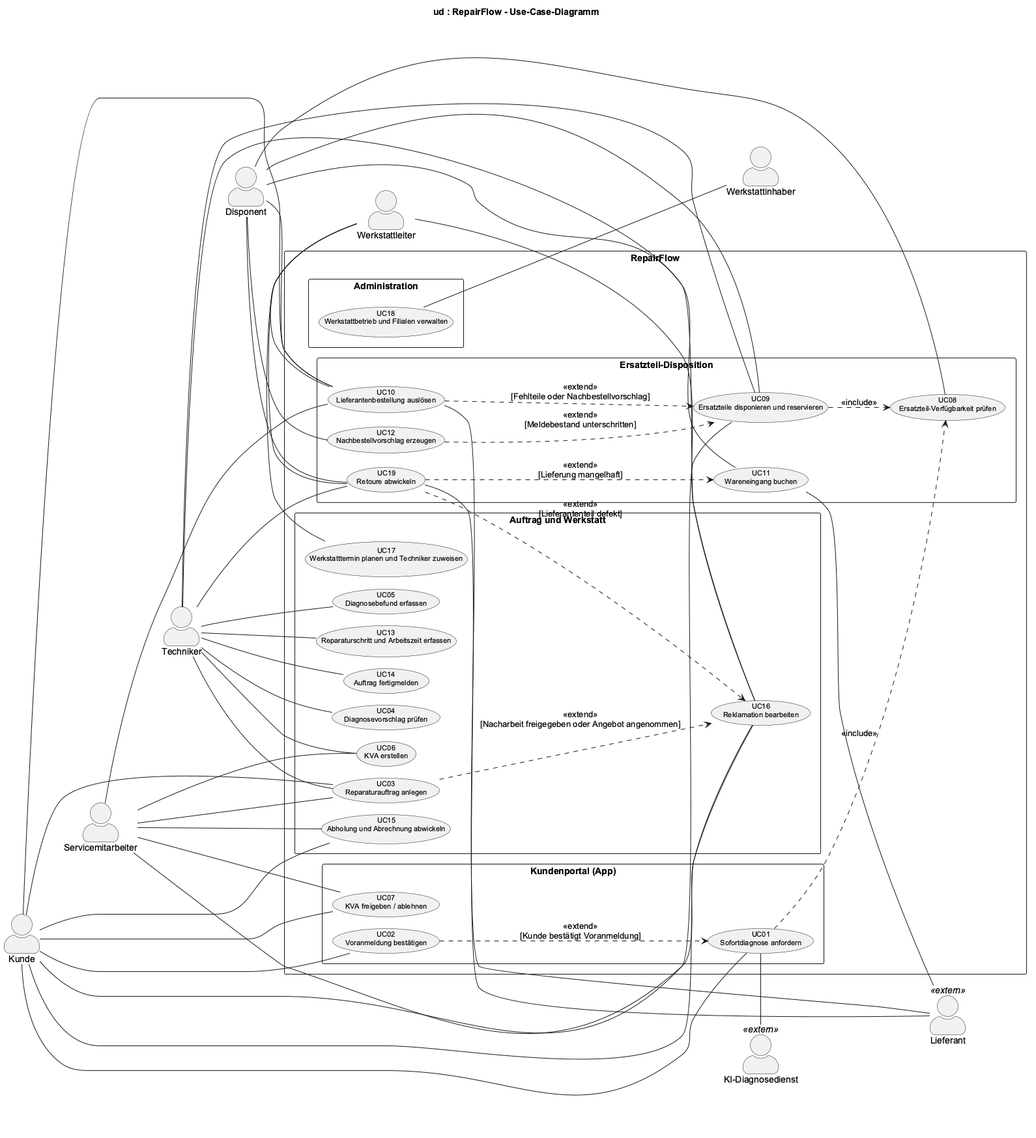
Earlier version of the PlantUML export uml/usecase.png (jakobschwan123-cmd/casestudy-semester-3). Source of this version:
```plantuml
@startuml
!pragma layout smetana
left to right direction
skinparam packageStyle rectangle
skinparam defaultFontName Arial
skinparam usecaseFontSize 11
skinparam actorStyle awesome
skinparam nodesep 12
skinparam ranksep 60
title ud : RepairFlow - Use-Case-Diagramm

actor "Kunde" as Kunde
actor "Techniker" as Techniker
actor "Servicemitarbeiter" as Servicemitarbeiter
actor "Disponent" as Disponent
actor "Werkstattleiter" as Werkstattleiter
actor "Werkstattinhaber" as Werkstattinhaber

rectangle "RepairFlow" {
  rectangle "Kundenportal (App)" {
    usecase "UC01\nSofortdiagnose anfordern" as UC01
    usecase "UC02\nVoranmeldung bestätigen" as UC02
    usecase "UC07\nKVA freigeben / ablehnen" as UC07
  }
  rectangle "Auftrag und Werkstatt" {
    usecase "UC03\nReparaturauftrag anlegen" as UC03
    usecase "UC17\nWerkstatttermin planen und Techniker zuweisen" as UC17
    usecase "UC04\nDiagnosevorschlag prüfen" as UC04
    usecase "UC05\nDiagnosebefund erfassen" as UC05
    usecase "UC06\nKVA erstellen" as UC06
    usecase "UC13\nReparaturschritt und Arbeitszeit erfassen" as UC13
    usecase "UC14\nAuftrag fertigmelden" as UC14
    usecase "UC15\nAbholung und Abrechnung abwickeln" as UC15
    usecase "UC16\nReklamation bearbeiten" as UC16
  }
  rectangle "Ersatzteil-Disposition" {
    usecase "UC08\nErsatzteil-Verfügbarkeit prüfen" as UC08
    usecase "UC09\nErsatzteile disponieren und reservieren" as UC09
    usecase "UC10\nLieferantenbestellung auslösen" as UC10
    usecase "UC11\nWareneingang buchen" as UC11
    usecase "UC12\nNachbestellvorschlag erzeugen" as UC12
    usecase "UC19\nRetoure abwickeln" as UC19
  }
  rectangle "Administration" {
    usecase "UC18\nWerkstattbetrieb und Filialen verwalten" as UC18
  }
}

actor "Lieferant" as Lieferant <<extern>>
actor "KI-Diagnosedienst" as KIDienst <<extern>>

Kunde -right- UC01
Kunde -right- UC02
Kunde -right- UC03
Kunde -right- UC07
Kunde -right- UC09
Kunde -right- UC10
Kunde -right- UC15
Kunde -right- UC16
Techniker -right- UC03
Techniker -right- UC04
Techniker -right- UC05
Techniker -right- UC06
Techniker -right- UC09
Techniker -right- UC13
Techniker -right- UC14
Techniker -right- UC16
Techniker -right- UC19
Servicemitarbeiter -right- UC03
Servicemitarbeiter -right- UC06
Servicemitarbeiter -right- UC07
Servicemitarbeiter -right- UC10
Servicemitarbeiter -right- UC15
Servicemitarbeiter -right- UC16
Disponent -right- UC08
Disponent -right- UC09
Disponent -right- UC10
Disponent -right- UC11
Disponent -right- UC12
Disponent -right- UC19
Werkstattleiter -right- UC10
Werkstattleiter -right- UC16
Werkstattleiter -right- UC17
Werkstattleiter -right- UC19
Werkstattinhaber -right- UC18
UC10 -right- Lieferant
UC11 -right- Lieferant
UC19 -right- Lieferant
UC01 -right- KIDienst
Kunde -[hidden]down- Servicemitarbeiter
Servicemitarbeiter -[hidden]down- Techniker
Techniker -[hidden]down- Disponent
Disponent -[hidden]down- Werkstattleiter
Werkstattleiter -[hidden]down- Werkstattinhaber
KIDienst -[hidden]down- Lieferant

UC01 ..> UC08 : <<include>>
UC09 ..> UC08 : <<include>>
UC02 ..> UC01 : <<extend>>\n[Kunde bestätigt Voranmeldung]
UC10 ..> UC09 : <<extend>>\n[Fehlteile oder Nachbestellvorschlag]
UC12 ..> UC09 : <<extend>>\n[Meldebestand unterschritten]
UC03 ..> UC16 : <<extend>>\n[Nacharbeit freigegeben oder Angebot angenommen]
UC19 ..> UC11 : <<extend>>\n[Lieferung mangelhaft]
UC19 ..> UC16 : <<extend>>\n[Lieferantenteil defekt]
@enduml
```
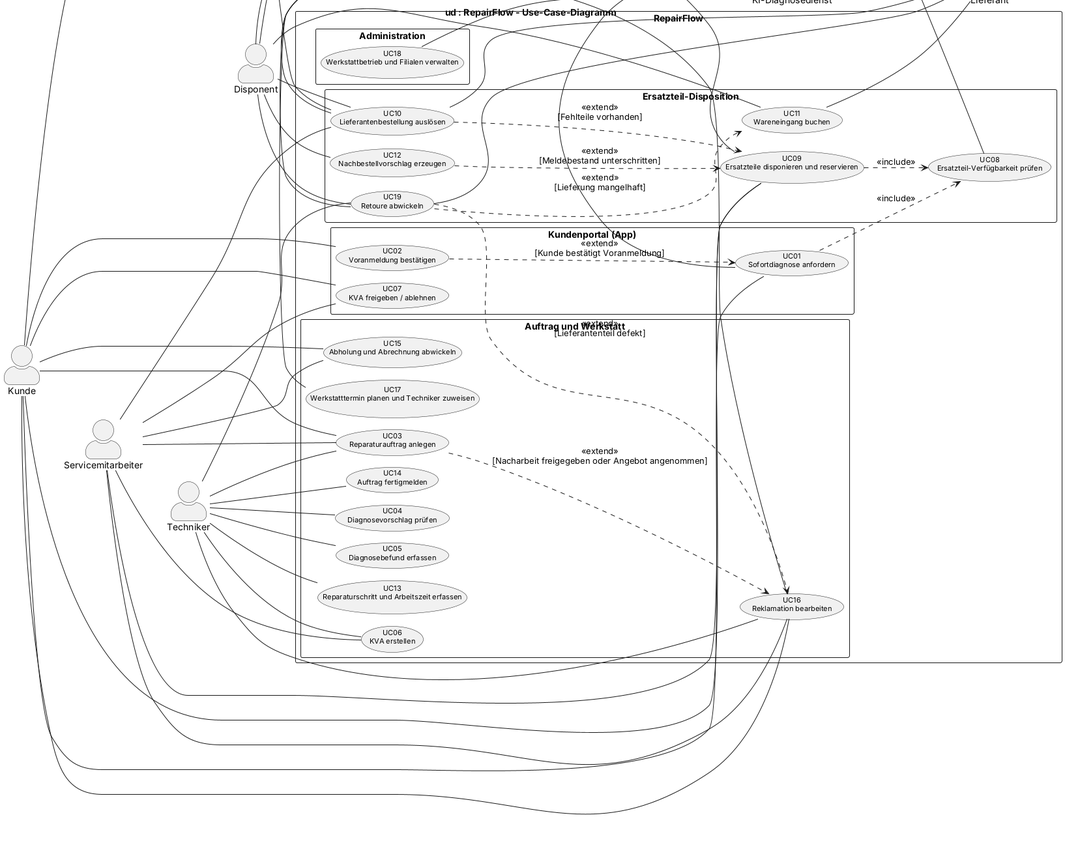
The same diagram one commit later.

Diff of the diagram source:
```diff
@@ -61,7 +61,6 @@
 Techniker -right- UC04
 Techniker -right- UC05
 Techniker -right- UC06
-Techniker -right- UC09
 Techniker -right- UC13
 Techniker -right- UC14
 Techniker -right- UC16
@@ -69,6 +68,7 @@
 Servicemitarbeiter -right- UC03
 Servicemitarbeiter -right- UC06
 Servicemitarbeiter -right- UC07
+Servicemitarbeiter -right- UC09
 Servicemitarbeiter -right- UC10
 Servicemitarbeiter -right- UC15
 Servicemitarbeiter -right- UC16
@@ -97,7 +97,7 @@
 UC01 ..> UC08 : <<include>>
 UC09 ..> UC08 : <<include>>
 UC02 ..> UC01 : <<extend>>\n[Kunde bestätigt Voranmeldung]
-UC10 ..> UC09 : <<extend>>\n[Fehlteile oder Nachbestellvorschlag]
+UC10 ..> UC09 : <<extend>>\n[Fehlteile vorhanden]
 UC12 ..> UC09 : <<extend>>\n[Meldebestand unterschritten]
 UC03 ..> UC16 : <<extend>>\n[Nacharbeit freigegeben oder Angebot angenommen]
 UC19 ..> UC11 : <<extend>>\n[Lieferung mangelhaft]
```
